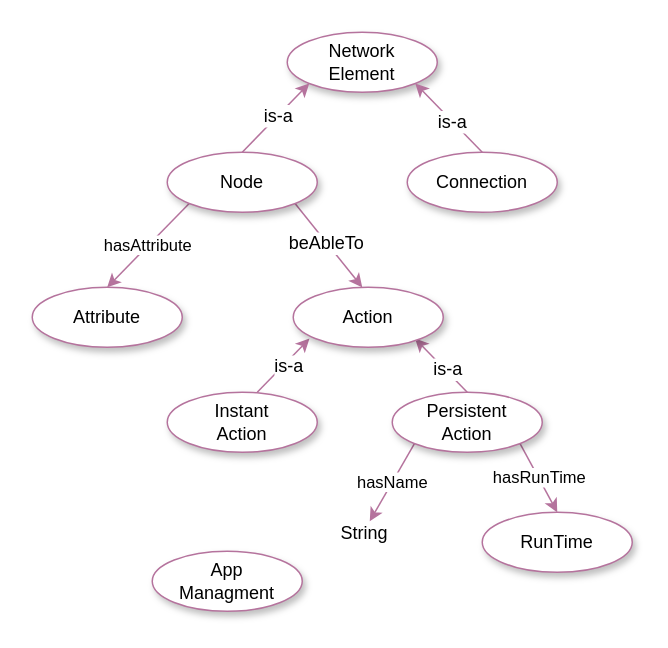
This is page "Page-1" (1 of 3) of 描述语言RDF图.drawio from Icarus1994/neutron_conf, a draw.io file, before an edit. Source tidied: cells renumbered, new cells numbered last; positions are measured from the earlier drawing's top-left corner, leaving out a move shared by most shapes. Both pictures are drawn from the tidied source at 150%, with x=0, y=0 at pixel (32, 32).
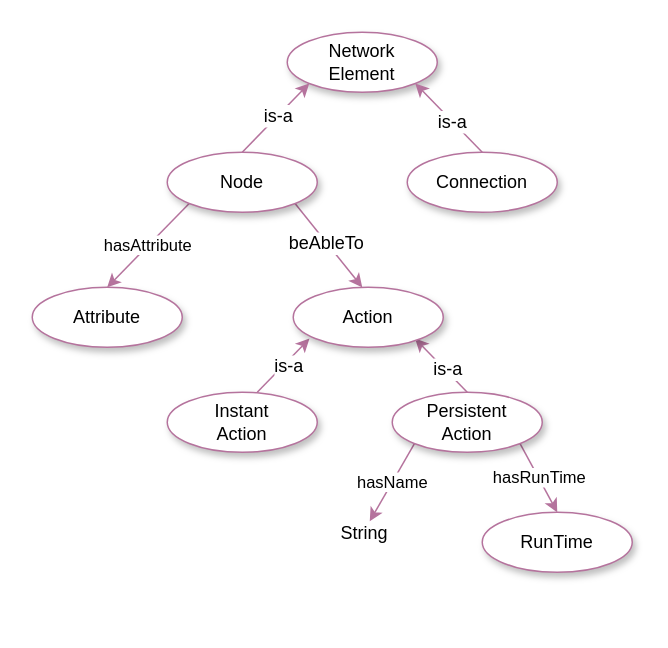
After the change.

Change to the diagram source:
```diff
@@
-    <mxCell id="24" value="App&lt;br&gt;Managment" style="ellipse;whiteSpace=wrap;html=1;align=center;shadow=1;fillColor=#FFFFFF;strokeColor=#B5739D;" parent="1" vertex="1">
-      <mxGeometry x="80" y="346" width="100" height="40" as="geometry" />
-    </mxCell>
```
